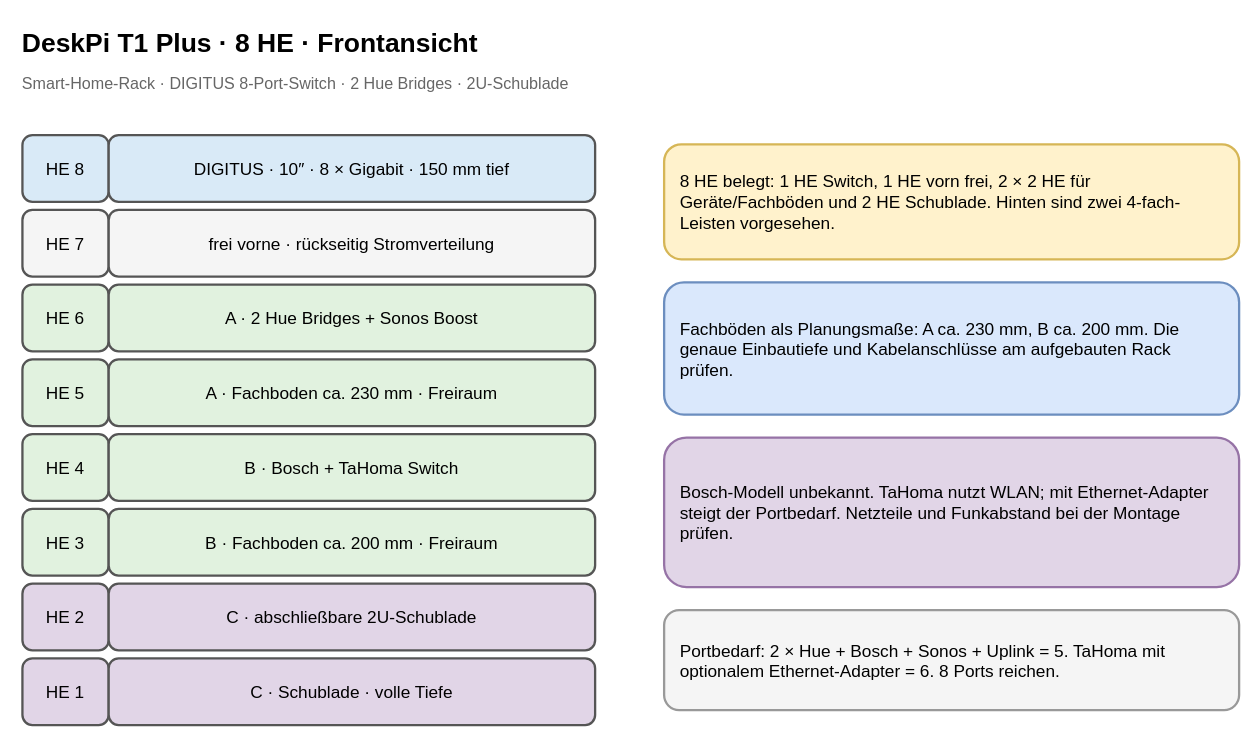
Above: page "DeskPi 8 HE – Front" (1 of 4) of 10-zoll-rack-planung.drawio in tiptronic/diagrams (draw.io), before the change. Source tidied: cells renumbered, new cells numbered last; positions are measured from the earlier drawing's top-left corner, leaving out a move shared by most shapes. Both pictures are drawn from the tidied source at 115%, with x=0, y=0 at pixel (20, 20).
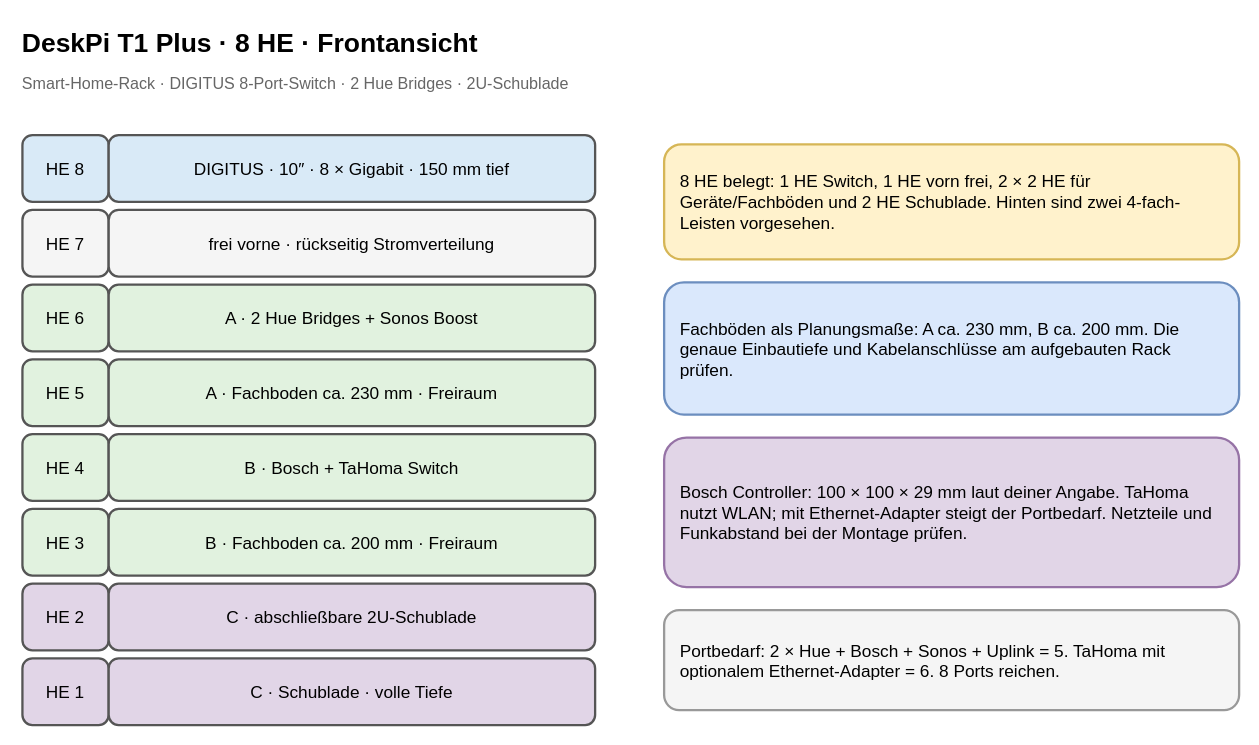
Above is the later version.

Commit message (it also covers changes not shown here):
Correct Bosch controller dimensions in rack plan

The edit, as a diff of the source:
```diff
@@
-    <mxCell id="22" value="Bosch-Modell unbekannt. TaHoma nutzt WLAN; mit Ethernet-Adapter steigt der Portbedarf. Netzteile und Funkabstand bei der Montage prüfen." style="rounded=1;whiteSpace=wrap;html=1;align=center;verticalAlign=middle;strokeWidth=2;fontSize=15;align=left;spacing=14;fillColor=#e1d5e7;strokeColor=#9673a6;" parent="1" vertex="1">
+    <mxCell id="22" value="Bosch Controller: 100 × 100 × 29 mm laut deiner Angabe. TaHoma nutzt WLAN; mit Ethernet-Adapter steigt der Portbedarf. Netzteile und Funkabstand bei der Montage prüfen." style="rounded=1;whiteSpace=wrap;html=1;align=center;verticalAlign=middle;strokeWidth=2;fontSize=15;align=left;spacing=14;fillColor=#e1d5e7;strokeColor=#9673a6;" parent="1" vertex="1">
       <mxGeometry x="560" y="363" width="500" height="130" as="geometry" />
     </mxCell>
```
